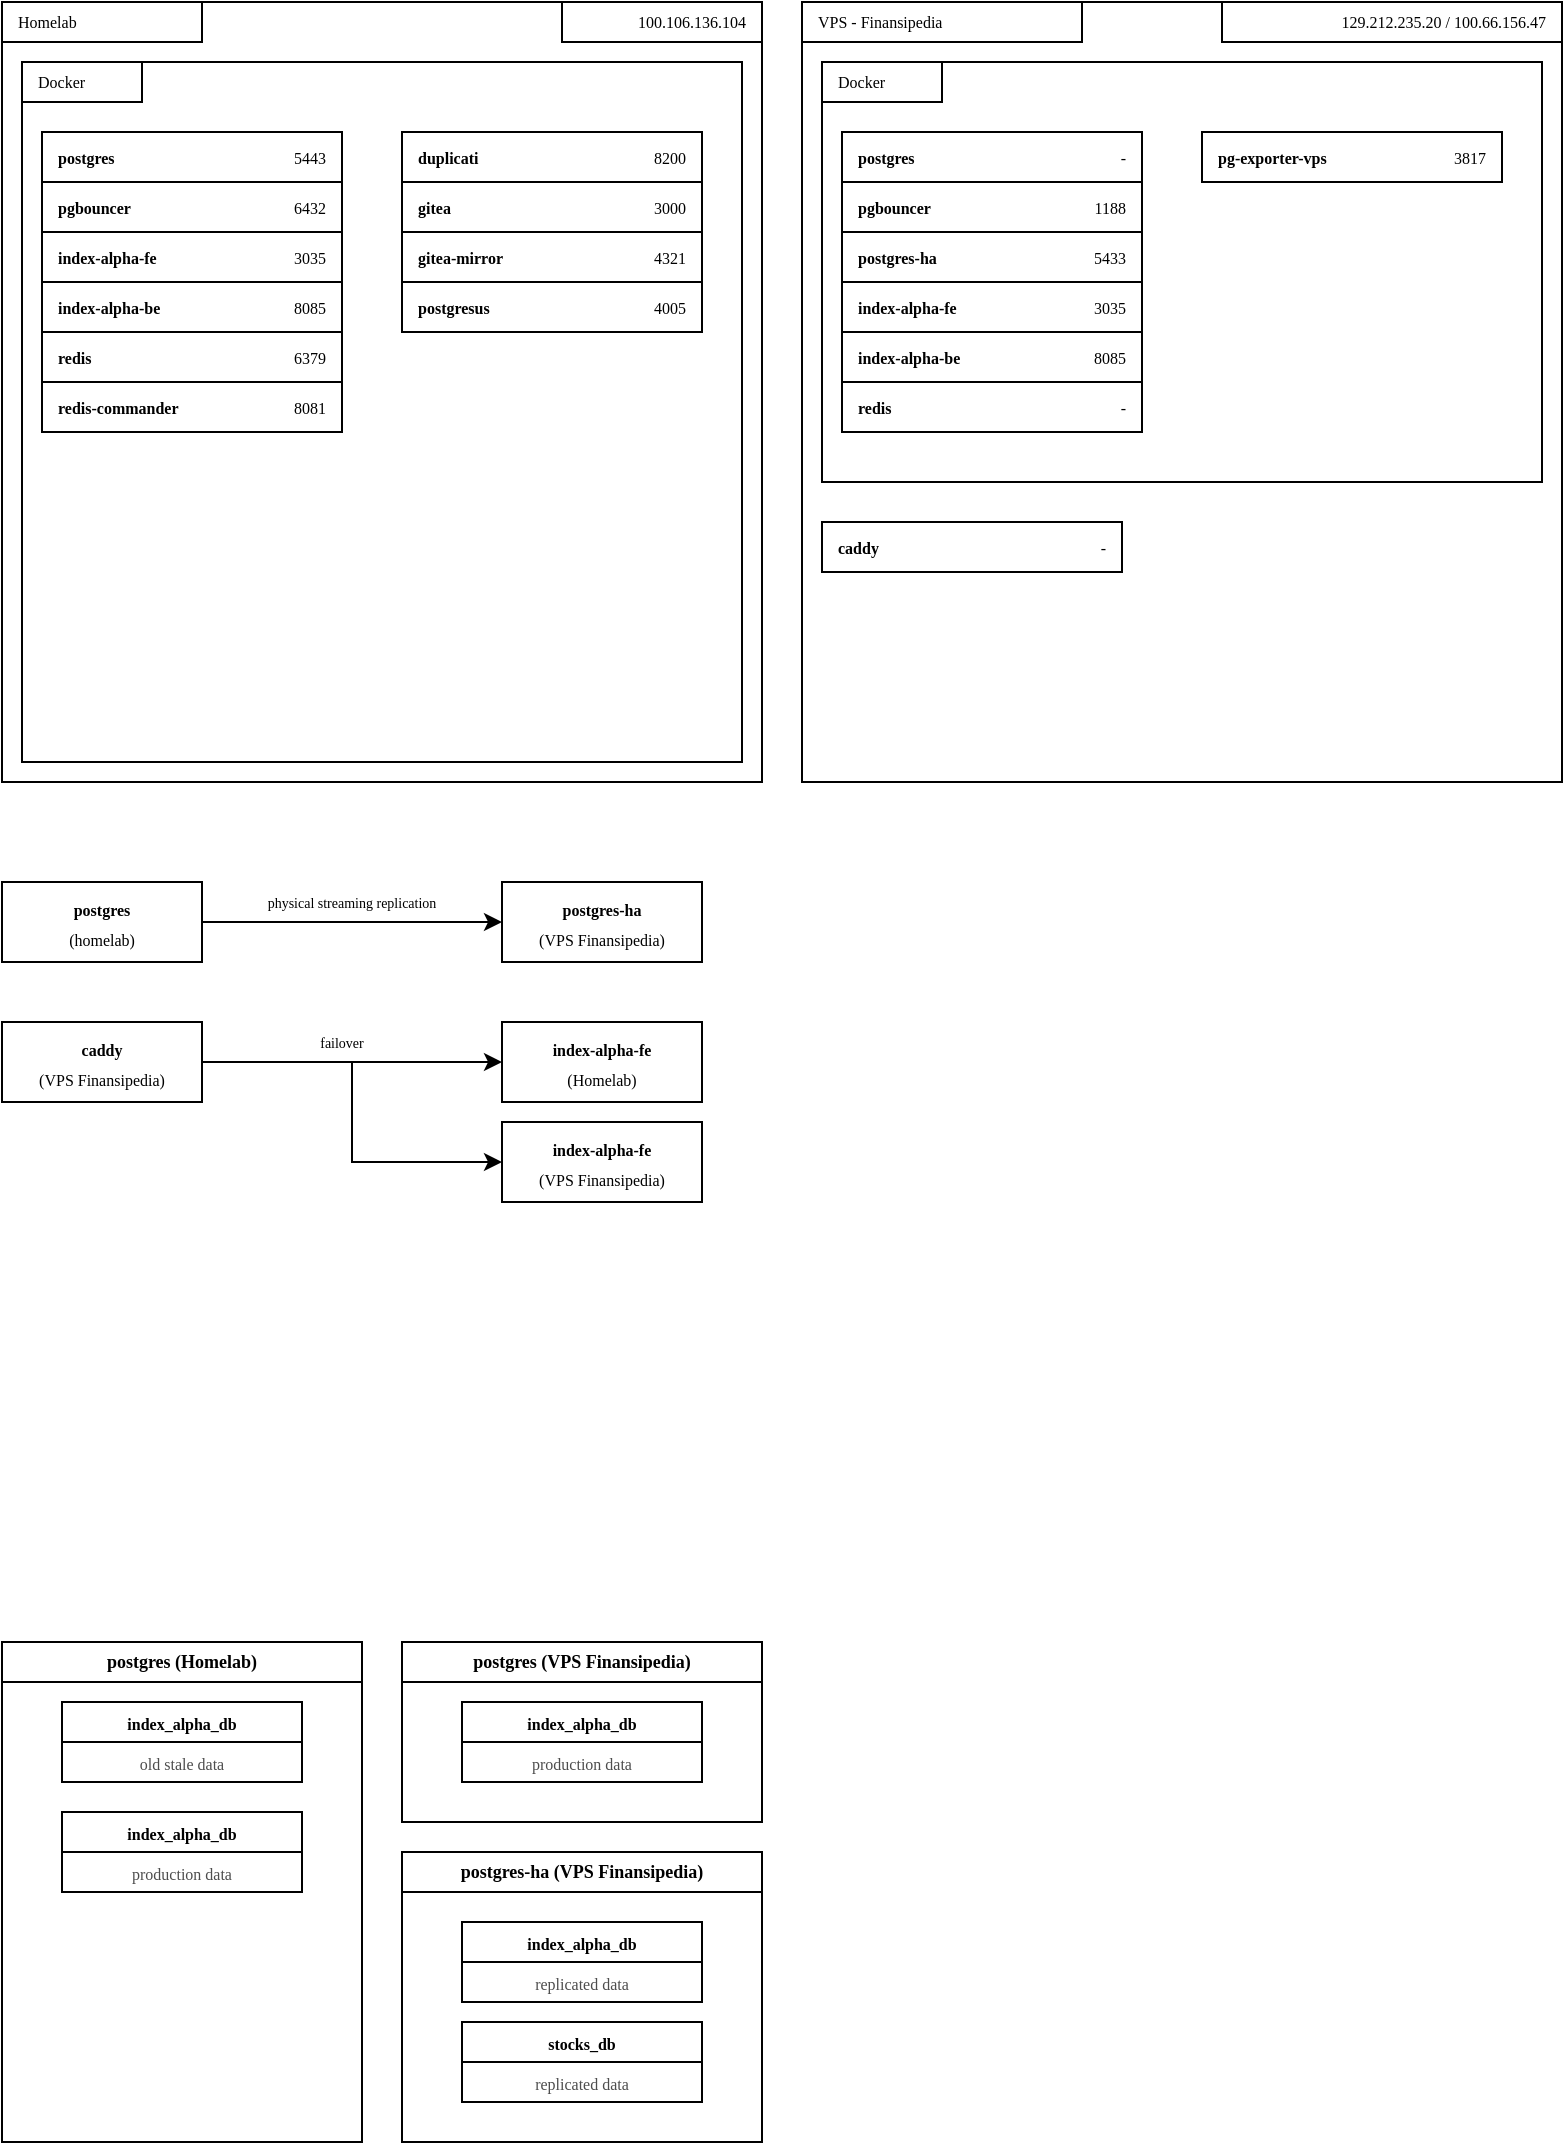
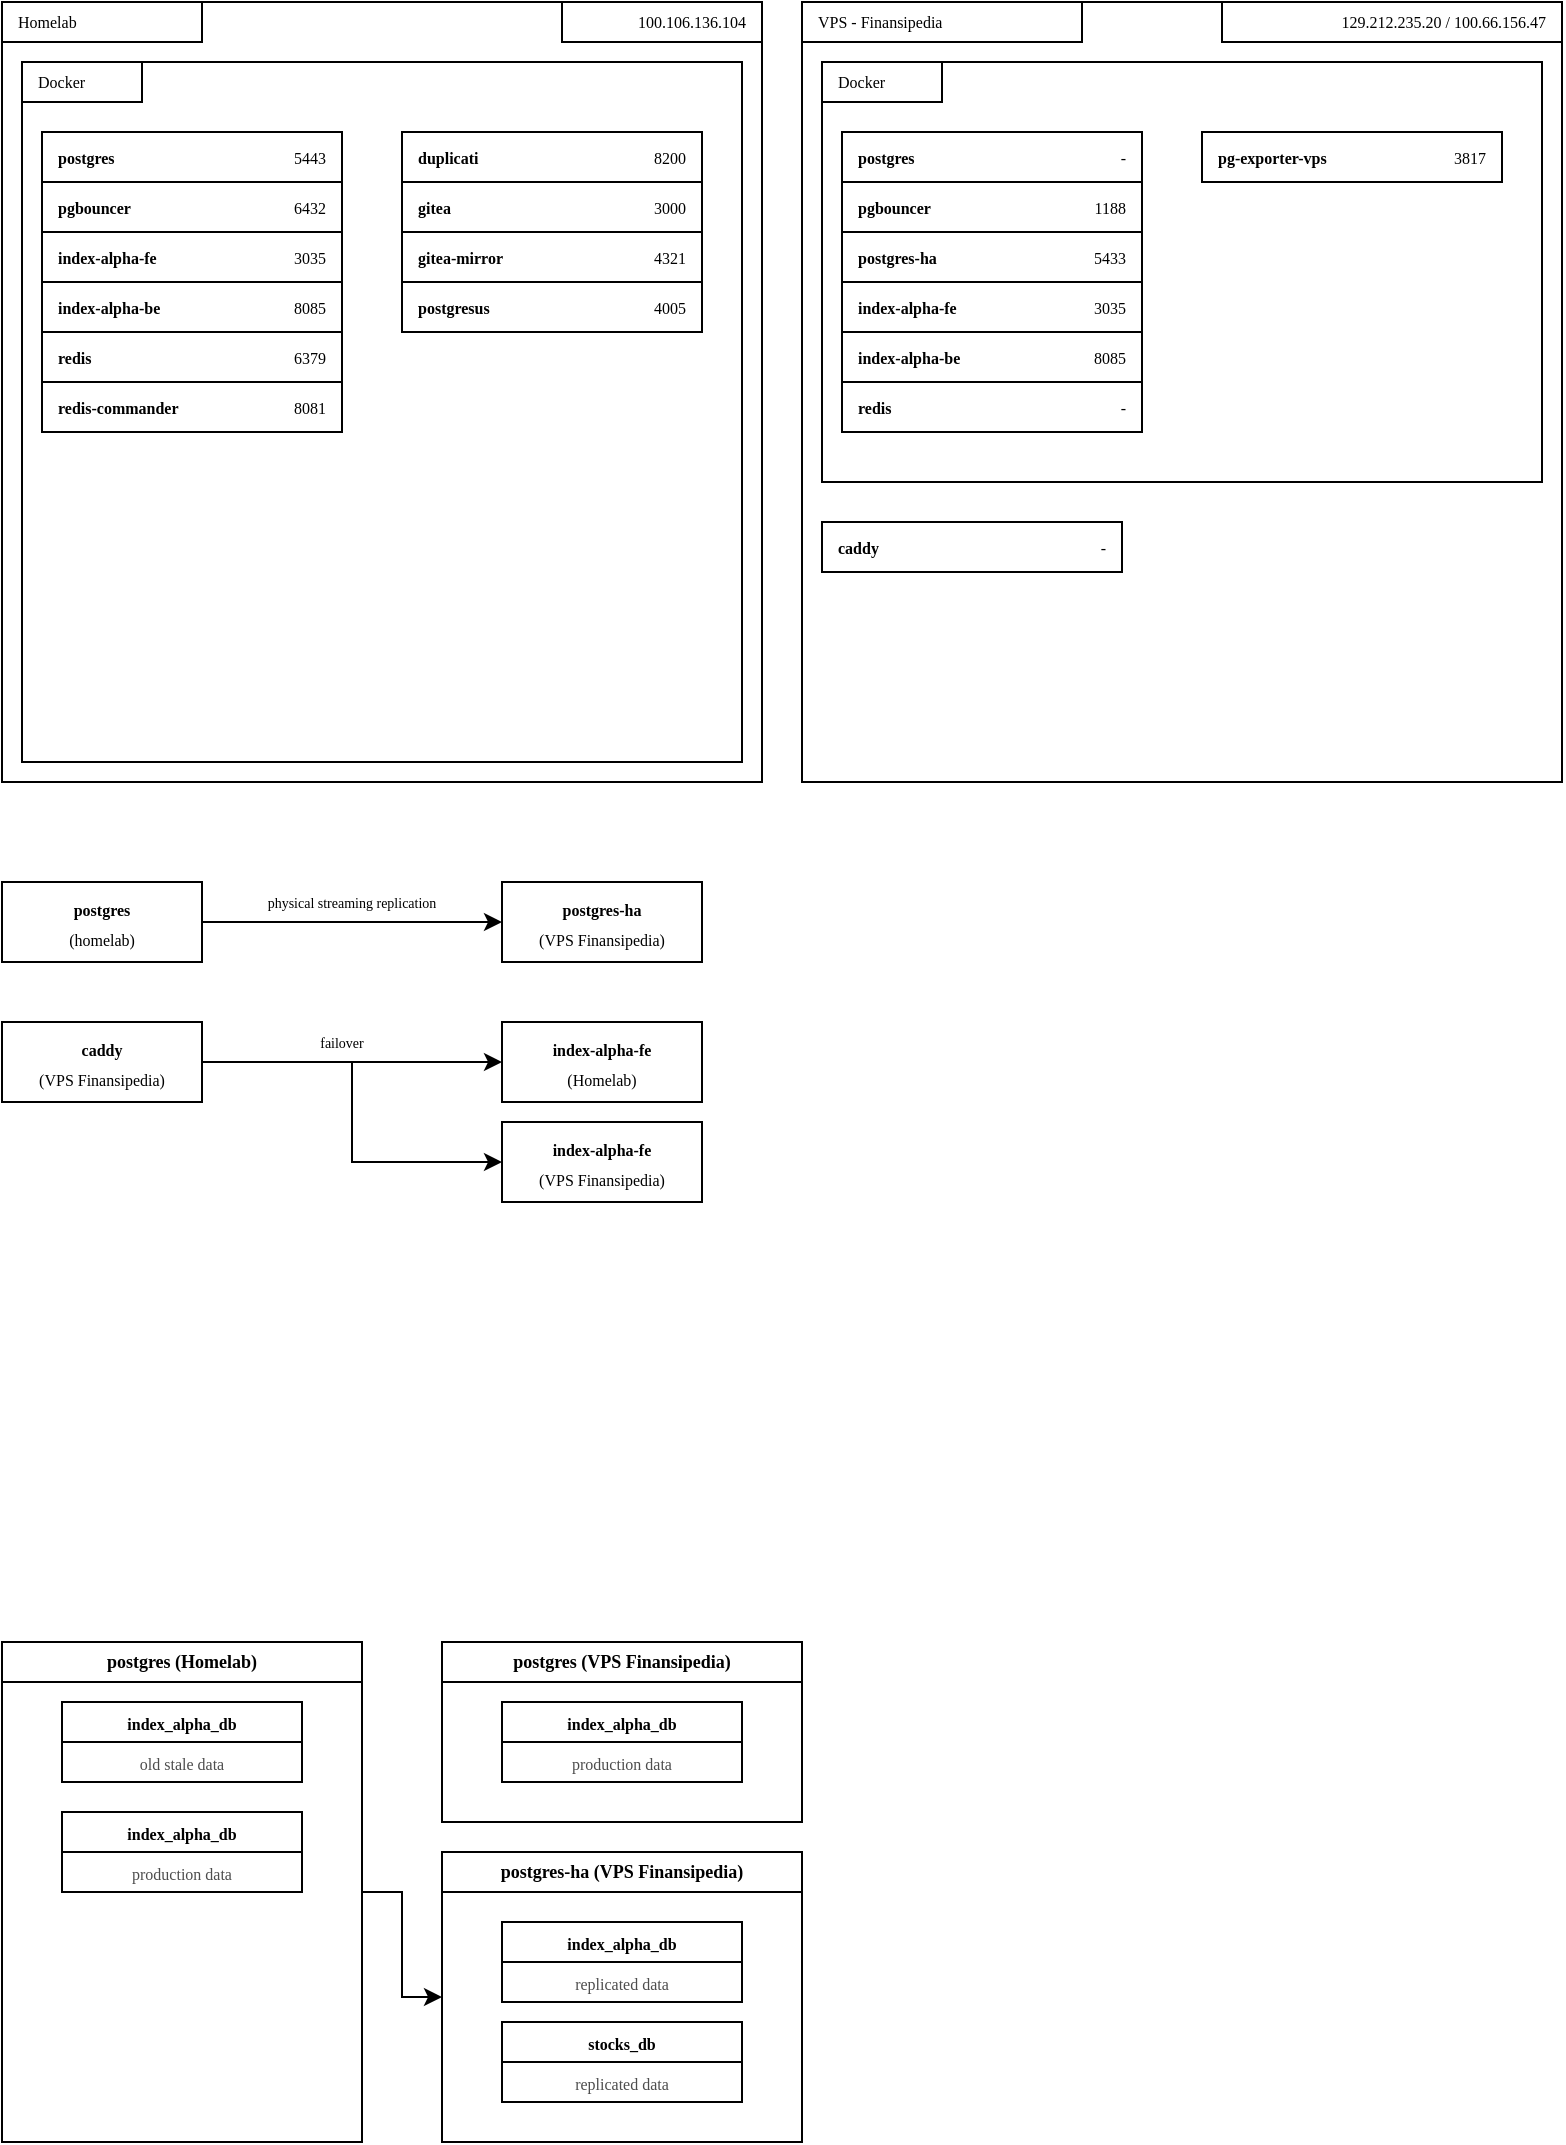
<mxfile host="app.diagrams.net">
  <diagram name="Page-1" id="EqAcxWxWpPEczBTcAObV">
-     <mxGraphModel dx="572" dy="303" grid="1" gridSize="10" guides="1" tooltips="1" connect="1" arrows="1" fold="1" page="1" pageScale="1" pageWidth="850" pageHeight="1100" math="0" shadow="0">
+     <mxGraphModel dx="687" dy="364" grid="1" gridSize="10" guides="1" tooltips="1" connect="1" arrows="1" fold="1" page="1" pageScale="1" pageWidth="850" pageHeight="1100" math="0" shadow="0">
      <root>
        <mxCell id="0" />
        <mxCell id="1" parent="0" />
        <mxCell id="tyjjsNKJ7kBHK_1WbMmb-1" parent="1" style="rounded=0;whiteSpace=wrap;html=1;" value="" vertex="1">
          <mxGeometry height="390" width="380" x="50" y="60" as="geometry" />
        </mxCell>
        <mxCell id="tyjjsNKJ7kBHK_1WbMmb-18" parent="1" style="rounded=0;whiteSpace=wrap;html=1;" value="" vertex="1">
          <mxGeometry height="350" width="360" x="60" y="90" as="geometry" />
        </mxCell>
        <mxCell id="tyjjsNKJ7kBHK_1WbMmb-3" parent="1" style="rounded=0;whiteSpace=wrap;html=1;" value="" vertex="1">
          <mxGeometry height="20" width="100" x="50" y="60" as="geometry" />
        </mxCell>
        <mxCell id="tyjjsNKJ7kBHK_1WbMmb-2" parent="1" style="text;html=1;whiteSpace=wrap;strokeColor=none;fillColor=none;align=left;verticalAlign=middle;rounded=0;spacingLeft=6;fontFamily=Verdana;fontSize=8;" value="Homelab" vertex="1">
          <mxGeometry height="20" width="100" x="50" y="60" as="geometry" />
        </mxCell>
        <mxCell id="tyjjsNKJ7kBHK_1WbMmb-19" parent="1" style="rounded=0;whiteSpace=wrap;html=1;fontFamily=Verdana;fontSize=9;" value="" vertex="1">
          <mxGeometry height="20" width="60" x="60" y="90" as="geometry" />
        </mxCell>
        <mxCell id="tyjjsNKJ7kBHK_1WbMmb-20" parent="1" style="text;html=1;whiteSpace=wrap;strokeColor=none;fillColor=none;align=left;verticalAlign=middle;rounded=0;spacingLeft=6;fontFamily=Verdana;fontSize=8;" value="Docker" vertex="1">
          <mxGeometry height="20" width="50" x="60" y="90" as="geometry" />
        </mxCell>
        <mxCell id="tyjjsNKJ7kBHK_1WbMmb-28" parent="1" style="rounded=0;whiteSpace=wrap;html=1;align=right;" value="" vertex="1">
          <mxGeometry height="20" width="100" x="330" y="60" as="geometry" />
        </mxCell>
        <mxCell id="tyjjsNKJ7kBHK_1WbMmb-29" parent="1" style="text;html=1;whiteSpace=wrap;strokeColor=none;fillColor=none;align=right;verticalAlign=middle;rounded=0;spacingLeft=6;spacingRight=6;fontFamily=Verdana;fontSize=8;" value="&lt;span style=&quot;text-align: center;&quot;&gt;100.106.136.104&lt;/span&gt;" vertex="1">
          <mxGeometry height="20" width="100" x="330" y="60" as="geometry" />
        </mxCell>
        <mxCell id="tyjjsNKJ7kBHK_1WbMmb-48" connectable="0" parent="1" style="group;fontFamily=Verdana;fontSize=8;" value="" vertex="1">
          <mxGeometry height="25" width="150" x="70" y="250" as="geometry" />
        </mxCell>
        <mxCell id="tyjjsNKJ7kBHK_1WbMmb-44" parent="tyjjsNKJ7kBHK_1WbMmb-48" style="rounded=0;whiteSpace=wrap;html=1;fontFamily=Verdana;fontSize=8;" value="" vertex="1">
          <mxGeometry height="25" width="150" as="geometry" />
        </mxCell>
        <mxCell id="tyjjsNKJ7kBHK_1WbMmb-45" parent="tyjjsNKJ7kBHK_1WbMmb-48" style="text;html=1;whiteSpace=wrap;strokeColor=none;fillColor=none;align=left;verticalAlign=middle;rounded=0;fontStyle=1;spacingRight=6;spacingLeft=6;fontFamily=Verdana;fontSize=8;" value="&lt;font&gt;redis-commander&lt;/font&gt;" vertex="1">
          <mxGeometry height="20" width="100" y="2.5" as="geometry" />
        </mxCell>
        <mxCell id="tyjjsNKJ7kBHK_1WbMmb-46" parent="tyjjsNKJ7kBHK_1WbMmb-48" style="text;html=1;whiteSpace=wrap;strokeColor=none;fillColor=none;align=right;verticalAlign=middle;rounded=0;spacingRight=6;spacingLeft=6;fontFamily=Verdana;fontSize=8;" value="&lt;font&gt;8081&lt;/font&gt;" vertex="1">
          <mxGeometry height="20" width="40" x="110" y="2.5" as="geometry" />
        </mxCell>
        <mxCell id="tyjjsNKJ7kBHK_1WbMmb-49" connectable="0" parent="1" style="group;fontFamily=Verdana;fontSize=8;" value="" vertex="1">
          <mxGeometry height="25" width="150" x="70" y="225" as="geometry" />
        </mxCell>
        <mxCell id="tyjjsNKJ7kBHK_1WbMmb-41" parent="tyjjsNKJ7kBHK_1WbMmb-49" style="rounded=0;whiteSpace=wrap;html=1;fontFamily=Verdana;fontSize=8;" value="" vertex="1">
          <mxGeometry height="25" width="150" as="geometry" />
        </mxCell>
        <mxCell id="tyjjsNKJ7kBHK_1WbMmb-42" parent="tyjjsNKJ7kBHK_1WbMmb-49" style="text;html=1;whiteSpace=wrap;strokeColor=none;fillColor=none;align=left;verticalAlign=middle;rounded=0;fontStyle=1;spacingRight=6;spacingLeft=6;fontFamily=Verdana;fontSize=8;" value="&lt;font&gt;redis&lt;/font&gt;" vertex="1">
          <mxGeometry height="20" width="100" y="2.5" as="geometry" />
        </mxCell>
        <mxCell id="tyjjsNKJ7kBHK_1WbMmb-43" parent="tyjjsNKJ7kBHK_1WbMmb-49" style="text;html=1;whiteSpace=wrap;strokeColor=none;fillColor=none;align=right;verticalAlign=middle;rounded=0;spacingRight=6;spacingLeft=6;fontFamily=Verdana;fontSize=8;" value="&lt;font&gt;6379&lt;/font&gt;" vertex="1">
          <mxGeometry height="20" width="40" x="110" y="2.5" as="geometry" />
        </mxCell>
        <mxCell id="tyjjsNKJ7kBHK_1WbMmb-50" connectable="0" parent="1" style="group;fontFamily=Verdana;fontSize=8;" value="" vertex="1">
          <mxGeometry height="25" width="150" x="70" y="200" as="geometry" />
        </mxCell>
        <mxCell id="tyjjsNKJ7kBHK_1WbMmb-38" parent="tyjjsNKJ7kBHK_1WbMmb-50" style="rounded=0;whiteSpace=wrap;html=1;fontFamily=Verdana;fontSize=8;" value="" vertex="1">
          <mxGeometry height="25" width="150" as="geometry" />
        </mxCell>
        <mxCell id="tyjjsNKJ7kBHK_1WbMmb-39" parent="tyjjsNKJ7kBHK_1WbMmb-50" style="text;html=1;whiteSpace=wrap;strokeColor=none;fillColor=none;align=left;verticalAlign=middle;rounded=0;fontStyle=1;spacingRight=6;spacingLeft=6;fontFamily=Verdana;fontSize=8;" value="&lt;font&gt;index-alpha-be&lt;/font&gt;" vertex="1">
          <mxGeometry height="20" width="100" y="2.5" as="geometry" />
        </mxCell>
        <mxCell id="tyjjsNKJ7kBHK_1WbMmb-40" parent="tyjjsNKJ7kBHK_1WbMmb-50" style="text;html=1;whiteSpace=wrap;strokeColor=none;fillColor=none;align=right;verticalAlign=middle;rounded=0;spacingRight=6;spacingLeft=6;fontFamily=Verdana;fontSize=8;" value="&lt;font&gt;8085&lt;/font&gt;" vertex="1">
          <mxGeometry height="20" width="40" x="110" y="2.5" as="geometry" />
        </mxCell>
        <mxCell id="tyjjsNKJ7kBHK_1WbMmb-51" connectable="0" parent="1" style="group;fontFamily=Verdana;fontSize=8;" value="" vertex="1">
          <mxGeometry height="25" width="150" x="70" y="175" as="geometry" />
        </mxCell>
        <mxCell id="tyjjsNKJ7kBHK_1WbMmb-35" parent="tyjjsNKJ7kBHK_1WbMmb-51" style="rounded=0;whiteSpace=wrap;html=1;fontFamily=Verdana;fontSize=8;" value="" vertex="1">
          <mxGeometry height="25" width="150" as="geometry" />
        </mxCell>
        <mxCell id="tyjjsNKJ7kBHK_1WbMmb-36" parent="tyjjsNKJ7kBHK_1WbMmb-51" style="text;html=1;whiteSpace=wrap;strokeColor=none;fillColor=none;align=left;verticalAlign=middle;rounded=0;fontStyle=1;spacingRight=6;spacingLeft=6;fontFamily=Verdana;fontSize=8;" value="&lt;font&gt;index-alpha-fe&lt;/font&gt;" vertex="1">
          <mxGeometry height="20" width="100" y="2.5" as="geometry" />
        </mxCell>
        <mxCell id="tyjjsNKJ7kBHK_1WbMmb-37" parent="tyjjsNKJ7kBHK_1WbMmb-51" style="text;html=1;whiteSpace=wrap;strokeColor=none;fillColor=none;align=right;verticalAlign=middle;rounded=0;spacingRight=6;spacingLeft=6;fontFamily=Verdana;fontSize=8;" value="&lt;font&gt;3035&lt;/font&gt;" vertex="1">
          <mxGeometry height="20" width="40" x="110" y="2.5" as="geometry" />
        </mxCell>
        <mxCell id="tyjjsNKJ7kBHK_1WbMmb-52" connectable="0" parent="1" style="group;fontFamily=Verdana;fontSize=8;" value="" vertex="1">
          <mxGeometry height="25" width="150" x="70" y="150" as="geometry" />
        </mxCell>
        <mxCell id="tyjjsNKJ7kBHK_1WbMmb-32" parent="tyjjsNKJ7kBHK_1WbMmb-52" style="rounded=0;whiteSpace=wrap;html=1;fontFamily=Verdana;fontSize=8;" value="" vertex="1">
          <mxGeometry height="25" width="150" as="geometry" />
        </mxCell>
        <mxCell id="tyjjsNKJ7kBHK_1WbMmb-33" parent="tyjjsNKJ7kBHK_1WbMmb-52" style="text;html=1;whiteSpace=wrap;strokeColor=none;fillColor=none;align=left;verticalAlign=middle;rounded=0;fontStyle=1;spacingRight=6;spacingLeft=6;fontFamily=Verdana;fontSize=8;" value="&lt;font&gt;pgbouncer&lt;/font&gt;" vertex="1">
          <mxGeometry height="20" width="100" y="2.5" as="geometry" />
        </mxCell>
        <mxCell id="tyjjsNKJ7kBHK_1WbMmb-34" parent="tyjjsNKJ7kBHK_1WbMmb-52" style="text;html=1;whiteSpace=wrap;strokeColor=none;fillColor=none;align=right;verticalAlign=middle;rounded=0;spacingRight=6;spacingLeft=6;fontFamily=Verdana;fontSize=8;" value="&lt;font&gt;6432&lt;/font&gt;" vertex="1">
          <mxGeometry height="20" width="40" x="110" y="2.5" as="geometry" />
        </mxCell>
        <mxCell id="tyjjsNKJ7kBHK_1WbMmb-53" connectable="0" parent="1" style="group;fontFamily=Verdana;fontSize=8;" value="" vertex="1">
          <mxGeometry height="25" width="150" x="70" y="125" as="geometry" />
        </mxCell>
        <mxCell id="tyjjsNKJ7kBHK_1WbMmb-5" parent="tyjjsNKJ7kBHK_1WbMmb-53" style="rounded=0;whiteSpace=wrap;html=1;fontFamily=Verdana;fontSize=8;" value="" vertex="1">
          <mxGeometry height="25" width="150" as="geometry" />
        </mxCell>
        <mxCell id="tyjjsNKJ7kBHK_1WbMmb-6" parent="tyjjsNKJ7kBHK_1WbMmb-53" style="text;html=1;whiteSpace=wrap;strokeColor=none;fillColor=none;align=left;verticalAlign=middle;rounded=0;fontStyle=1;spacingRight=6;spacingLeft=6;fontFamily=Verdana;fontSize=8;" value="&lt;font&gt;postgres&lt;/font&gt;" vertex="1">
          <mxGeometry height="20" width="100" y="2.5" as="geometry" />
        </mxCell>
        <mxCell id="tyjjsNKJ7kBHK_1WbMmb-7" parent="tyjjsNKJ7kBHK_1WbMmb-53" style="text;html=1;whiteSpace=wrap;strokeColor=none;fillColor=none;align=right;verticalAlign=middle;rounded=0;spacingRight=6;spacingLeft=6;fontFamily=Verdana;fontSize=8;" value="&lt;font&gt;5443&lt;/font&gt;" vertex="1">
          <mxGeometry height="20" width="40" x="110" y="2.5" as="geometry" />
        </mxCell>
        <mxCell id="tyjjsNKJ7kBHK_1WbMmb-54" connectable="0" parent="1" style="group;fontFamily=Verdana;fontSize=8;" value="" vertex="1">
          <mxGeometry height="25" width="150" x="250" y="125" as="geometry" />
        </mxCell>
        <mxCell id="tyjjsNKJ7kBHK_1WbMmb-55" parent="tyjjsNKJ7kBHK_1WbMmb-54" style="rounded=0;whiteSpace=wrap;html=1;fontFamily=Verdana;fontSize=8;" value="" vertex="1">
          <mxGeometry height="25" width="150" as="geometry" />
        </mxCell>
        <mxCell id="tyjjsNKJ7kBHK_1WbMmb-56" parent="tyjjsNKJ7kBHK_1WbMmb-54" style="text;html=1;whiteSpace=wrap;strokeColor=none;fillColor=none;align=left;verticalAlign=middle;rounded=0;fontStyle=1;spacingRight=6;spacingLeft=6;fontFamily=Verdana;fontSize=8;" value="&lt;font&gt;duplicati&lt;/font&gt;" vertex="1">
          <mxGeometry height="20" width="100" y="2.5" as="geometry" />
        </mxCell>
        <mxCell id="tyjjsNKJ7kBHK_1WbMmb-57" parent="tyjjsNKJ7kBHK_1WbMmb-54" style="text;html=1;whiteSpace=wrap;strokeColor=none;fillColor=none;align=right;verticalAlign=middle;rounded=0;spacingRight=6;spacingLeft=6;fontFamily=Verdana;fontSize=8;" value="&lt;font&gt;8200&lt;/font&gt;" vertex="1">
          <mxGeometry height="20" width="40" x="110" y="2.5" as="geometry" />
        </mxCell>
        <mxCell id="tyjjsNKJ7kBHK_1WbMmb-58" connectable="0" parent="1" style="group;fontFamily=Verdana;fontSize=8;" value="" vertex="1">
          <mxGeometry height="25" width="150" x="250" y="150" as="geometry" />
        </mxCell>
        <mxCell id="tyjjsNKJ7kBHK_1WbMmb-59" parent="tyjjsNKJ7kBHK_1WbMmb-58" style="rounded=0;whiteSpace=wrap;html=1;fontFamily=Verdana;fontSize=8;" value="" vertex="1">
          <mxGeometry height="25" width="150" as="geometry" />
        </mxCell>
        <mxCell id="tyjjsNKJ7kBHK_1WbMmb-60" parent="tyjjsNKJ7kBHK_1WbMmb-58" style="text;html=1;whiteSpace=wrap;strokeColor=none;fillColor=none;align=left;verticalAlign=middle;rounded=0;fontStyle=1;spacingRight=6;spacingLeft=6;fontFamily=Verdana;fontSize=8;" value="&lt;font&gt;gitea&lt;/font&gt;" vertex="1">
          <mxGeometry height="20" width="100" y="2.5" as="geometry" />
        </mxCell>
        <mxCell id="tyjjsNKJ7kBHK_1WbMmb-61" parent="tyjjsNKJ7kBHK_1WbMmb-58" style="text;html=1;whiteSpace=wrap;strokeColor=none;fillColor=none;align=right;verticalAlign=middle;rounded=0;spacingRight=6;spacingLeft=6;fontFamily=Verdana;fontSize=8;" value="&lt;font&gt;3000&lt;/font&gt;" vertex="1">
          <mxGeometry height="20" width="40" x="110" y="2.5" as="geometry" />
        </mxCell>
        <mxCell id="tyjjsNKJ7kBHK_1WbMmb-62" connectable="0" parent="1" style="group;fontFamily=Verdana;fontSize=8;" value="" vertex="1">
          <mxGeometry height="25" width="150" x="250" y="175" as="geometry" />
        </mxCell>
        <mxCell id="tyjjsNKJ7kBHK_1WbMmb-63" parent="tyjjsNKJ7kBHK_1WbMmb-62" style="rounded=0;whiteSpace=wrap;html=1;fontFamily=Verdana;fontSize=8;" value="" vertex="1">
          <mxGeometry height="25" width="150" as="geometry" />
        </mxCell>
        <mxCell id="tyjjsNKJ7kBHK_1WbMmb-64" parent="tyjjsNKJ7kBHK_1WbMmb-62" style="text;html=1;whiteSpace=wrap;strokeColor=none;fillColor=none;align=left;verticalAlign=middle;rounded=0;fontStyle=1;spacingRight=6;spacingLeft=6;fontFamily=Verdana;fontSize=8;" value="&lt;div&gt;&lt;span&gt;gitea-mirror&lt;/span&gt;&lt;/div&gt;" vertex="1">
          <mxGeometry height="20" width="100" y="2.5" as="geometry" />
        </mxCell>
        <mxCell id="tyjjsNKJ7kBHK_1WbMmb-65" parent="tyjjsNKJ7kBHK_1WbMmb-62" style="text;html=1;whiteSpace=wrap;strokeColor=none;fillColor=none;align=right;verticalAlign=middle;rounded=0;spacingRight=6;spacingLeft=6;fontFamily=Verdana;fontSize=8;" value="&lt;font&gt;4321&lt;/font&gt;" vertex="1">
          <mxGeometry height="20" width="40" x="110" y="2.5" as="geometry" />
        </mxCell>
        <mxCell id="tyjjsNKJ7kBHK_1WbMmb-66" connectable="0" parent="1" style="group;fontFamily=Verdana;fontSize=8;" value="" vertex="1">
          <mxGeometry height="25" width="150" x="250" y="200" as="geometry" />
        </mxCell>
        <mxCell id="tyjjsNKJ7kBHK_1WbMmb-67" parent="tyjjsNKJ7kBHK_1WbMmb-66" style="rounded=0;whiteSpace=wrap;html=1;fontFamily=Verdana;fontSize=8;" value="" vertex="1">
          <mxGeometry height="25" width="150" as="geometry" />
        </mxCell>
        <mxCell id="tyjjsNKJ7kBHK_1WbMmb-68" parent="tyjjsNKJ7kBHK_1WbMmb-66" style="text;html=1;whiteSpace=wrap;strokeColor=none;fillColor=none;align=left;verticalAlign=middle;rounded=0;fontStyle=1;spacingRight=6;spacingLeft=6;fontFamily=Verdana;fontSize=8;" value="&lt;div&gt;&lt;span&gt;postgresus&lt;/span&gt;&lt;/div&gt;" vertex="1">
          <mxGeometry height="20" width="100" y="2.5" as="geometry" />
        </mxCell>
        <mxCell id="tyjjsNKJ7kBHK_1WbMmb-69" parent="tyjjsNKJ7kBHK_1WbMmb-66" style="text;html=1;whiteSpace=wrap;strokeColor=none;fillColor=none;align=right;verticalAlign=middle;rounded=0;spacingRight=6;spacingLeft=6;fontFamily=Verdana;fontSize=8;" value="&lt;font&gt;4005&lt;/font&gt;" vertex="1">
          <mxGeometry height="20" width="40" x="110" y="2.5" as="geometry" />
        </mxCell>
        <mxCell id="tyjjsNKJ7kBHK_1WbMmb-70" parent="1" style="rounded=0;whiteSpace=wrap;html=1;" value="" vertex="1">
          <mxGeometry height="390" width="380" x="450" y="60" as="geometry" />
        </mxCell>
        <mxCell id="tyjjsNKJ7kBHK_1WbMmb-71" parent="1" style="rounded=0;whiteSpace=wrap;html=1;" value="" vertex="1">
          <mxGeometry height="210" width="360" x="460" y="90" as="geometry" />
        </mxCell>
        <mxCell id="tyjjsNKJ7kBHK_1WbMmb-72" parent="1" style="rounded=0;whiteSpace=wrap;html=1;" value="" vertex="1">
          <mxGeometry height="20" width="140" x="450" y="60" as="geometry" />
        </mxCell>
        <mxCell id="tyjjsNKJ7kBHK_1WbMmb-73" parent="1" style="text;html=1;whiteSpace=wrap;strokeColor=none;fillColor=none;align=left;verticalAlign=middle;rounded=0;spacingLeft=6;fontFamily=Verdana;fontSize=8;" value="VPS - Finansipedia" vertex="1">
          <mxGeometry height="20" width="130" x="450" y="60" as="geometry" />
        </mxCell>
        <mxCell id="tyjjsNKJ7kBHK_1WbMmb-74" parent="1" style="rounded=0;whiteSpace=wrap;html=1;fontFamily=Verdana;fontSize=9;" value="" vertex="1">
          <mxGeometry height="20" width="60" x="460" y="90" as="geometry" />
        </mxCell>
        <mxCell id="tyjjsNKJ7kBHK_1WbMmb-75" parent="1" style="text;html=1;whiteSpace=wrap;strokeColor=none;fillColor=none;align=left;verticalAlign=middle;rounded=0;spacingLeft=6;fontFamily=Verdana;fontSize=8;" value="Docker" vertex="1">
          <mxGeometry height="20" width="50" x="460" y="90" as="geometry" />
        </mxCell>
        <mxCell id="tyjjsNKJ7kBHK_1WbMmb-76" parent="1" style="rounded=0;whiteSpace=wrap;html=1;align=right;" value="" vertex="1">
          <mxGeometry height="20" width="170" x="660" y="60" as="geometry" />
        </mxCell>
        <mxCell id="tyjjsNKJ7kBHK_1WbMmb-77" parent="1" style="text;html=1;whiteSpace=wrap;strokeColor=none;fillColor=none;align=right;verticalAlign=middle;rounded=0;spacingLeft=6;spacingRight=6;fontFamily=Verdana;fontSize=8;" value="&lt;div style=&quot;text-align: center;&quot;&gt;&lt;span style=&quot;background-color: transparent;&quot;&gt;129.212.235.20 /&amp;nbsp;&lt;/span&gt;&lt;span style=&quot;background-color: transparent; text-align: right;&quot;&gt;100.66.156.47&lt;/span&gt;&lt;/div&gt;" vertex="1">
          <mxGeometry height="20" width="160" x="670" y="60" as="geometry" />
        </mxCell>
        <mxCell id="tyjjsNKJ7kBHK_1WbMmb-82" connectable="0" parent="1" style="group;fontFamily=Verdana;fontSize=8;" value="" vertex="1">
          <mxGeometry height="25" width="150" x="470" y="250" as="geometry" />
        </mxCell>
        <mxCell id="tyjjsNKJ7kBHK_1WbMmb-83" parent="tyjjsNKJ7kBHK_1WbMmb-82" style="rounded=0;whiteSpace=wrap;html=1;fontFamily=Verdana;fontSize=8;" value="" vertex="1">
          <mxGeometry height="25" width="150" as="geometry" />
        </mxCell>
        <mxCell id="tyjjsNKJ7kBHK_1WbMmb-84" parent="tyjjsNKJ7kBHK_1WbMmb-82" style="text;html=1;whiteSpace=wrap;strokeColor=none;fillColor=none;align=left;verticalAlign=middle;rounded=0;fontStyle=1;spacingRight=6;spacingLeft=6;fontFamily=Verdana;fontSize=8;" value="&lt;font&gt;redis&lt;/font&gt;" vertex="1">
          <mxGeometry height="20" width="100" y="2.5" as="geometry" />
        </mxCell>
        <mxCell id="tyjjsNKJ7kBHK_1WbMmb-85" parent="tyjjsNKJ7kBHK_1WbMmb-82" style="text;html=1;whiteSpace=wrap;strokeColor=none;fillColor=none;align=right;verticalAlign=middle;rounded=0;spacingRight=6;spacingLeft=6;fontFamily=Verdana;fontSize=8;" value="&lt;font&gt;-&lt;/font&gt;" vertex="1">
          <mxGeometry height="20" width="40" x="110" y="2.5" as="geometry" />
        </mxCell>
        <mxCell id="tyjjsNKJ7kBHK_1WbMmb-86" connectable="0" parent="1" style="group;fontFamily=Verdana;fontSize=8;" value="" vertex="1">
          <mxGeometry height="25" width="150" x="470" y="225" as="geometry" />
        </mxCell>
        <mxCell id="tyjjsNKJ7kBHK_1WbMmb-87" parent="tyjjsNKJ7kBHK_1WbMmb-86" style="rounded=0;whiteSpace=wrap;html=1;fontFamily=Verdana;fontSize=8;" value="" vertex="1">
          <mxGeometry height="25" width="150" as="geometry" />
        </mxCell>
        <mxCell id="tyjjsNKJ7kBHK_1WbMmb-88" parent="tyjjsNKJ7kBHK_1WbMmb-86" style="text;html=1;whiteSpace=wrap;strokeColor=none;fillColor=none;align=left;verticalAlign=middle;rounded=0;fontStyle=1;spacingRight=6;spacingLeft=6;fontFamily=Verdana;fontSize=8;" value="&lt;font&gt;index-alpha-be&lt;/font&gt;" vertex="1">
          <mxGeometry height="20" width="100" y="2.5" as="geometry" />
        </mxCell>
        <mxCell id="tyjjsNKJ7kBHK_1WbMmb-89" parent="tyjjsNKJ7kBHK_1WbMmb-86" style="text;html=1;whiteSpace=wrap;strokeColor=none;fillColor=none;align=right;verticalAlign=middle;rounded=0;spacingRight=6;spacingLeft=6;fontFamily=Verdana;fontSize=8;" value="&lt;font&gt;8085&lt;/font&gt;" vertex="1">
          <mxGeometry height="20" width="40" x="110" y="2.5" as="geometry" />
        </mxCell>
        <mxCell id="tyjjsNKJ7kBHK_1WbMmb-90" connectable="0" parent="1" style="group;fontFamily=Verdana;fontSize=8;" value="" vertex="1">
          <mxGeometry height="25" width="150" x="470" y="200" as="geometry" />
        </mxCell>
        <mxCell id="tyjjsNKJ7kBHK_1WbMmb-91" parent="tyjjsNKJ7kBHK_1WbMmb-90" style="rounded=0;whiteSpace=wrap;html=1;fontFamily=Verdana;fontSize=8;" value="" vertex="1">
          <mxGeometry height="25" width="150" as="geometry" />
        </mxCell>
        <mxCell id="tyjjsNKJ7kBHK_1WbMmb-92" parent="tyjjsNKJ7kBHK_1WbMmb-90" style="text;html=1;whiteSpace=wrap;strokeColor=none;fillColor=none;align=left;verticalAlign=middle;rounded=0;fontStyle=1;spacingRight=6;spacingLeft=6;fontFamily=Verdana;fontSize=8;" value="&lt;font&gt;index-alpha-fe&lt;/font&gt;" vertex="1">
          <mxGeometry height="20" width="100" y="2.5" as="geometry" />
        </mxCell>
        <mxCell id="tyjjsNKJ7kBHK_1WbMmb-93" parent="tyjjsNKJ7kBHK_1WbMmb-90" style="text;html=1;whiteSpace=wrap;strokeColor=none;fillColor=none;align=right;verticalAlign=middle;rounded=0;spacingRight=6;spacingLeft=6;fontFamily=Verdana;fontSize=8;" value="&lt;font&gt;3035&lt;/font&gt;" vertex="1">
          <mxGeometry height="20" width="40" x="110" y="2.5" as="geometry" />
        </mxCell>
        <mxCell id="tyjjsNKJ7kBHK_1WbMmb-94" connectable="0" parent="1" style="group;fontFamily=Verdana;fontSize=8;" value="" vertex="1">
          <mxGeometry height="25" width="150" x="470" y="150" as="geometry" />
        </mxCell>
        <mxCell id="tyjjsNKJ7kBHK_1WbMmb-95" parent="tyjjsNKJ7kBHK_1WbMmb-94" style="rounded=0;whiteSpace=wrap;html=1;fontFamily=Verdana;fontSize=8;" value="" vertex="1">
          <mxGeometry height="25" width="150" as="geometry" />
        </mxCell>
        <mxCell id="tyjjsNKJ7kBHK_1WbMmb-96" parent="tyjjsNKJ7kBHK_1WbMmb-94" style="text;html=1;whiteSpace=wrap;strokeColor=none;fillColor=none;align=left;verticalAlign=middle;rounded=0;fontStyle=1;spacingRight=6;spacingLeft=6;fontFamily=Verdana;fontSize=8;" value="&lt;font&gt;pgbouncer&lt;/font&gt;" vertex="1">
          <mxGeometry height="20" width="100" y="2.5" as="geometry" />
        </mxCell>
        <mxCell id="tyjjsNKJ7kBHK_1WbMmb-97" parent="tyjjsNKJ7kBHK_1WbMmb-94" style="text;html=1;whiteSpace=wrap;strokeColor=none;fillColor=none;align=right;verticalAlign=middle;rounded=0;spacingRight=6;spacingLeft=6;fontFamily=Verdana;fontSize=8;" value="&lt;font&gt;1188&lt;/font&gt;" vertex="1">
          <mxGeometry height="20" width="40" x="110" y="2.5" as="geometry" />
        </mxCell>
        <mxCell id="tyjjsNKJ7kBHK_1WbMmb-98" connectable="0" parent="1" style="group;fontFamily=Verdana;fontSize=8;" value="" vertex="1">
          <mxGeometry height="25" width="150" x="470" y="125" as="geometry" />
        </mxCell>
        <mxCell id="tyjjsNKJ7kBHK_1WbMmb-99" parent="tyjjsNKJ7kBHK_1WbMmb-98" style="rounded=0;whiteSpace=wrap;html=1;fontFamily=Verdana;fontSize=8;" value="" vertex="1">
          <mxGeometry height="25" width="150" as="geometry" />
        </mxCell>
        <mxCell id="tyjjsNKJ7kBHK_1WbMmb-100" parent="tyjjsNKJ7kBHK_1WbMmb-98" style="text;html=1;whiteSpace=wrap;strokeColor=none;fillColor=none;align=left;verticalAlign=middle;rounded=0;fontStyle=1;spacingRight=6;spacingLeft=6;fontFamily=Verdana;fontSize=8;" value="&lt;font&gt;postgres&lt;/font&gt;" vertex="1">
          <mxGeometry height="20" width="100" y="2.5" as="geometry" />
        </mxCell>
        <mxCell id="tyjjsNKJ7kBHK_1WbMmb-101" parent="tyjjsNKJ7kBHK_1WbMmb-98" style="text;html=1;whiteSpace=wrap;strokeColor=none;fillColor=none;align=right;verticalAlign=middle;rounded=0;spacingRight=6;spacingLeft=6;fontFamily=Verdana;fontSize=8;" value="&lt;font&gt;-&lt;/font&gt;" vertex="1">
          <mxGeometry height="20" width="40" x="110" y="2.5" as="geometry" />
        </mxCell>
        <mxCell id="tyjjsNKJ7kBHK_1WbMmb-102" connectable="0" parent="1" style="group;fontFamily=Verdana;fontSize=8;" value="" vertex="1">
          <mxGeometry height="25" width="150" x="650" y="125" as="geometry" />
        </mxCell>
        <mxCell id="tyjjsNKJ7kBHK_1WbMmb-103" parent="tyjjsNKJ7kBHK_1WbMmb-102" style="rounded=0;whiteSpace=wrap;html=1;fontFamily=Verdana;fontSize=8;" value="" vertex="1">
          <mxGeometry height="25" width="150" as="geometry" />
        </mxCell>
        <mxCell id="tyjjsNKJ7kBHK_1WbMmb-104" parent="tyjjsNKJ7kBHK_1WbMmb-102" style="text;html=1;whiteSpace=wrap;strokeColor=none;fillColor=none;align=left;verticalAlign=middle;rounded=0;fontStyle=1;spacingRight=6;spacingLeft=6;fontFamily=Verdana;fontSize=8;" value="&lt;font&gt;pg-exporter-vps&lt;/font&gt;" vertex="1">
          <mxGeometry height="20" width="100" y="2.5" as="geometry" />
        </mxCell>
        <mxCell id="tyjjsNKJ7kBHK_1WbMmb-105" parent="tyjjsNKJ7kBHK_1WbMmb-102" style="text;html=1;whiteSpace=wrap;strokeColor=none;fillColor=none;align=right;verticalAlign=middle;rounded=0;spacingRight=6;spacingLeft=6;fontFamily=Verdana;fontSize=8;" value="&lt;font&gt;3817&lt;/font&gt;" vertex="1">
          <mxGeometry height="20" width="40" x="110" y="2.5" as="geometry" />
        </mxCell>
        <mxCell id="tyjjsNKJ7kBHK_1WbMmb-118" connectable="0" parent="1" style="group;fontFamily=Verdana;fontSize=8;" value="" vertex="1">
          <mxGeometry height="25" width="150" x="470" y="175" as="geometry" />
        </mxCell>
        <mxCell id="tyjjsNKJ7kBHK_1WbMmb-119" parent="tyjjsNKJ7kBHK_1WbMmb-118" style="rounded=0;whiteSpace=wrap;html=1;fontFamily=Verdana;fontSize=8;" value="" vertex="1">
          <mxGeometry height="25" width="150" as="geometry" />
        </mxCell>
        <mxCell id="tyjjsNKJ7kBHK_1WbMmb-120" parent="tyjjsNKJ7kBHK_1WbMmb-118" style="text;html=1;whiteSpace=wrap;strokeColor=none;fillColor=none;align=left;verticalAlign=middle;rounded=0;fontStyle=1;spacingRight=6;spacingLeft=6;fontFamily=Verdana;fontSize=8;" value="&lt;font&gt;postgres-ha&lt;/font&gt;" vertex="1">
          <mxGeometry height="20" width="100" y="2.5" as="geometry" />
        </mxCell>
        <mxCell id="tyjjsNKJ7kBHK_1WbMmb-121" parent="tyjjsNKJ7kBHK_1WbMmb-118" style="text;html=1;whiteSpace=wrap;strokeColor=none;fillColor=none;align=right;verticalAlign=middle;rounded=0;spacingRight=6;spacingLeft=6;fontFamily=Verdana;fontSize=8;" value="5433" vertex="1">
          <mxGeometry height="20" width="40" x="110" y="2.5" as="geometry" />
        </mxCell>
        <mxCell id="tyjjsNKJ7kBHK_1WbMmb-124" connectable="0" parent="1" style="group;fontFamily=Verdana;fontSize=8;" value="" vertex="1">
          <mxGeometry height="25" width="150" x="460" y="320" as="geometry" />
        </mxCell>
        <mxCell id="tyjjsNKJ7kBHK_1WbMmb-125" parent="tyjjsNKJ7kBHK_1WbMmb-124" style="rounded=0;whiteSpace=wrap;html=1;fontFamily=Verdana;fontSize=8;" value="" vertex="1">
          <mxGeometry height="25" width="150" as="geometry" />
        </mxCell>
        <mxCell id="tyjjsNKJ7kBHK_1WbMmb-126" parent="tyjjsNKJ7kBHK_1WbMmb-124" style="text;html=1;whiteSpace=wrap;strokeColor=none;fillColor=none;align=left;verticalAlign=middle;rounded=0;fontStyle=1;spacingRight=6;spacingLeft=6;fontFamily=Verdana;fontSize=8;" value="caddy" vertex="1">
          <mxGeometry height="20" width="100" y="2.5" as="geometry" />
        </mxCell>
        <mxCell id="tyjjsNKJ7kBHK_1WbMmb-127" parent="tyjjsNKJ7kBHK_1WbMmb-124" style="text;html=1;whiteSpace=wrap;strokeColor=none;fillColor=none;align=right;verticalAlign=middle;rounded=0;spacingRight=6;spacingLeft=6;fontFamily=Verdana;fontSize=8;" value="&lt;font&gt;-&lt;/font&gt;" vertex="1">
          <mxGeometry height="20" width="40" x="110" y="2.5" as="geometry" />
        </mxCell>
        <mxCell id="Tit254uEpL4SJPk85VVh-12" edge="1" parent="1" source="Tit254uEpL4SJPk85VVh-8" style="edgeStyle=orthogonalEdgeStyle;rounded=0;orthogonalLoop=1;jettySize=auto;html=1;" target="Tit254uEpL4SJPk85VVh-11">
          <mxGeometry relative="1" as="geometry" />
        </mxCell>
        <mxCell id="Tit254uEpL4SJPk85VVh-8" parent="1" style="rounded=0;whiteSpace=wrap;html=1;" value="&lt;span style=&quot;font-family: Verdana; font-size: 8px; font-weight: 700; text-align: left;&quot;&gt;postgres &lt;br&gt;&lt;/span&gt;&lt;span style=&quot;font-family: Verdana; font-size: 8px; text-align: left;&quot;&gt;(homelab)&lt;/span&gt;" vertex="1">
          <mxGeometry height="40" width="100" x="50" y="500" as="geometry" />
        </mxCell>
        <mxCell id="Tit254uEpL4SJPk85VVh-10" parent="1" style="text;whiteSpace=wrap;fontFamily=Verdana;fontSize=7;align=center;" value="physical streaming replication" vertex="1">
          <mxGeometry height="20" width="150" x="150" y="500" as="geometry" />
        </mxCell>
        <mxCell id="Tit254uEpL4SJPk85VVh-11" parent="1" style="rounded=0;whiteSpace=wrap;html=1;" value="&lt;span style=&quot;font-family: Verdana; font-size: 8px; font-weight: 700; text-align: left;&quot;&gt;postgres-ha&lt;br&gt;&lt;/span&gt;&lt;span style=&quot;font-family: Verdana; font-size: 8px; text-align: left;&quot;&gt;(VPS Finansipedia)&lt;/span&gt;" vertex="1">
          <mxGeometry height="40" width="100" x="300" y="500" as="geometry" />
        </mxCell>
        <mxCell id="Tit254uEpL4SJPk85VVh-13" edge="1" parent="1" source="Tit254uEpL4SJPk85VVh-14" style="edgeStyle=orthogonalEdgeStyle;rounded=0;orthogonalLoop=1;jettySize=auto;html=1;" target="Tit254uEpL4SJPk85VVh-16">
          <mxGeometry relative="1" as="geometry" />
        </mxCell>
        <mxCell id="Tit254uEpL4SJPk85VVh-14" parent="1" style="rounded=0;whiteSpace=wrap;html=1;" value="&lt;span style=&quot;font-family: Verdana; font-size: 8px; font-weight: 700; text-align: left;&quot;&gt;caddy&lt;br&gt;&lt;/span&gt;&lt;span style=&quot;font-family: Verdana; font-size: 8px; text-align: left;&quot;&gt;(VPS Finansipedia)&lt;/span&gt;" vertex="1">
          <mxGeometry height="40" width="100" x="50" y="570" as="geometry" />
        </mxCell>
        <mxCell id="Tit254uEpL4SJPk85VVh-15" parent="1" style="text;whiteSpace=wrap;fontFamily=Verdana;fontSize=7;align=center;" value="failover" vertex="1">
          <mxGeometry height="20" width="140" x="150" y="570" as="geometry" />
        </mxCell>
        <mxCell id="Tit254uEpL4SJPk85VVh-16" parent="1" style="rounded=0;whiteSpace=wrap;html=1;" value="&lt;span style=&quot;font-family: Verdana; font-size: 8px; text-align: left;&quot;&gt;&lt;b&gt;index-alpha-fe&lt;/b&gt;&lt;/span&gt;&lt;div&gt;&lt;span style=&quot;font-family: Verdana; font-size: 8px; text-align: left;&quot;&gt;(Homelab)&lt;/span&gt;&lt;/div&gt;" vertex="1">
          <mxGeometry height="40" width="100" x="300" y="570" as="geometry" />
        </mxCell>
        <mxCell id="Tit254uEpL4SJPk85VVh-17" parent="1" style="rounded=0;whiteSpace=wrap;html=1;" value="&lt;span style=&quot;font-family: Verdana; font-size: 8px; text-align: left;&quot;&gt;&lt;b&gt;index-alpha-fe&lt;/b&gt;&lt;/span&gt;&lt;div&gt;&lt;span style=&quot;font-family: Verdana; font-size: 8px; text-align: left;&quot;&gt;(VPS Finansipedia)&lt;/span&gt;&lt;/div&gt;" vertex="1">
          <mxGeometry height="40" width="100" x="300" y="620" as="geometry" />
        </mxCell>
        <mxCell id="Tit254uEpL4SJPk85VVh-19" edge="1" parent="1" source="Tit254uEpL4SJPk85VVh-14" style="edgeStyle=orthogonalEdgeStyle;rounded=0;orthogonalLoop=1;jettySize=auto;html=1;exitX=1;exitY=0.5;exitDx=0;exitDy=0;entryX=0;entryY=0.5;entryDx=0;entryDy=0;" target="Tit254uEpL4SJPk85VVh-17">
          <mxGeometry relative="1" as="geometry">
            <Array as="points">
              <mxPoint x="225" y="590" />
              <mxPoint x="225" y="640" />
            </Array>
            <mxPoint x="290" y="600" as="sourcePoint" />
            <mxPoint x="440" y="600" as="targetPoint" />
          </mxGeometry>
        </mxCell>
+         <mxCell id="Tit254uEpL4SJPk85VVh-49" edge="1" parent="1" source="Tit254uEpL4SJPk85VVh-20" style="edgeStyle=orthogonalEdgeStyle;rounded=0;orthogonalLoop=1;jettySize=auto;html=1;entryX=0;entryY=0.5;entryDx=0;entryDy=0;" target="Tit254uEpL4SJPk85VVh-35">
+           <mxGeometry relative="1" as="geometry">
+             <Array as="points">
+               <mxPoint x="250" y="1005" />
+               <mxPoint x="250" y="1058" />
+             </Array>
+           </mxGeometry>
+         </mxCell>
        <mxCell id="Tit254uEpL4SJPk85VVh-20" parent="1" style="rounded=0;whiteSpace=wrap;html=1;" value="" vertex="1">
          <mxGeometry height="250" width="180" x="50" y="880" as="geometry" />
        </mxCell>
        <mxCell id="Tit254uEpL4SJPk85VVh-21" parent="1" style="text;html=1;whiteSpace=wrap;strokeColor=none;fillColor=none;align=center;verticalAlign=middle;rounded=0;fontFamily=Verdana;fontSize=8;fontStyle=1" value="&lt;font style=&quot;font-size: 9px;&quot;&gt;postgres (Homelab)&lt;/font&gt;" vertex="1">
          <mxGeometry height="20" width="180" x="50" y="880" as="geometry" />
        </mxCell>
        <mxCell id="Tit254uEpL4SJPk85VVh-22" edge="1" parent="1" source="Tit254uEpL4SJPk85VVh-21" style="endArrow=none;html=1;rounded=0;exitX=0;exitY=1;exitDx=0;exitDy=0;entryX=1;entryY=1;entryDx=0;entryDy=0;" target="Tit254uEpL4SJPk85VVh-21" value="">
          <mxGeometry height="50" relative="1" width="50" as="geometry">
            <mxPoint x="270" y="940" as="sourcePoint" />
            <mxPoint x="320" y="890" as="targetPoint" />
          </mxGeometry>
        </mxCell>
        <mxCell id="Tit254uEpL4SJPk85VVh-24" parent="1" style="rounded=0;whiteSpace=wrap;html=1;" value="&lt;font face=&quot;Verdana&quot; style=&quot;font-size: 8px;&quot;&gt;&lt;b style=&quot;&quot;&gt;index_alpha_db&lt;/b&gt;&lt;/font&gt;" vertex="1">
          <mxGeometry height="20" width="120" x="80" y="910" as="geometry" />
        </mxCell>
        <mxCell id="Tit254uEpL4SJPk85VVh-25" parent="1" style="rounded=0;whiteSpace=wrap;html=1;" value="&lt;font style=&quot;font-size: 8px; color: rgb(77, 77, 77);&quot; face=&quot;Verdana&quot;&gt;old stale data&lt;/font&gt;" vertex="1">
          <mxGeometry height="20" width="120" x="80" y="930" as="geometry" />
        </mxCell>
        <mxCell id="Tit254uEpL4SJPk85VVh-28" parent="1" style="rounded=0;whiteSpace=wrap;html=1;" value="" vertex="1">
-           <mxGeometry height="90" width="180" x="250" y="880" as="geometry" />
+           <mxGeometry height="90" width="180" x="270" y="880" as="geometry" />
        </mxCell>
        <mxCell id="Tit254uEpL4SJPk85VVh-29" parent="1" style="text;html=1;whiteSpace=wrap;strokeColor=none;fillColor=none;align=center;verticalAlign=middle;rounded=0;fontFamily=Verdana;fontSize=8;fontStyle=1" value="&lt;font style=&quot;font-size: 9px;&quot;&gt;postgres (VPS Finansipedia)&lt;/font&gt;" vertex="1">
-           <mxGeometry height="20" width="180" x="250" y="880" as="geometry" />
+           <mxGeometry height="20" width="180" x="270" y="880" as="geometry" />
        </mxCell>
        <mxCell id="Tit254uEpL4SJPk85VVh-30" edge="1" parent="1" source="Tit254uEpL4SJPk85VVh-29" style="endArrow=none;html=1;rounded=0;exitX=0;exitY=1;exitDx=0;exitDy=0;entryX=1;entryY=1;entryDx=0;entryDy=0;" target="Tit254uEpL4SJPk85VVh-29" value="">
          <mxGeometry height="50" relative="1" width="50" as="geometry">
-             <mxPoint x="470" y="940" as="sourcePoint" />
-             <mxPoint x="520" y="890" as="targetPoint" />
+             <mxPoint x="490" y="940" as="sourcePoint" />
+             <mxPoint x="540" y="890" as="targetPoint" />
          </mxGeometry>
        </mxCell>
        <mxCell id="Tit254uEpL4SJPk85VVh-31" parent="1" style="rounded=0;whiteSpace=wrap;html=1;" value="&lt;font face=&quot;Verdana&quot; style=&quot;font-size: 8px;&quot;&gt;&lt;b style=&quot;&quot;&gt;index_alpha_db&lt;/b&gt;&lt;/font&gt;" vertex="1">
-           <mxGeometry height="20" width="120" x="280" y="910" as="geometry" />
+           <mxGeometry height="20" width="120" x="300" y="910" as="geometry" />
        </mxCell>
        <mxCell id="Tit254uEpL4SJPk85VVh-32" parent="1" style="rounded=0;whiteSpace=wrap;html=1;" value="&lt;font style=&quot;font-size: 8px; color: rgb(77, 77, 77);&quot; face=&quot;Verdana&quot;&gt;production data&lt;/font&gt;" vertex="1">
-           <mxGeometry height="20" width="120" x="280" y="930" as="geometry" />
+           <mxGeometry height="20" width="120" x="300" y="930" as="geometry" />
        </mxCell>
        <mxCell id="Tit254uEpL4SJPk85VVh-35" parent="1" style="rounded=0;whiteSpace=wrap;html=1;" value="" vertex="1">
-           <mxGeometry height="145" width="180" x="250" y="985" as="geometry" />
+           <mxGeometry height="145" width="180" x="270" y="985" as="geometry" />
        </mxCell>
        <mxCell id="Tit254uEpL4SJPk85VVh-36" parent="1" style="text;html=1;whiteSpace=wrap;strokeColor=none;fillColor=none;align=center;verticalAlign=middle;rounded=0;fontFamily=Verdana;fontSize=8;fontStyle=1" value="&lt;font style=&quot;font-size: 9px;&quot;&gt;postgres-ha (VPS Finansipedia)&lt;/font&gt;" vertex="1">
-           <mxGeometry height="20" width="180" x="250" y="985" as="geometry" />
+           <mxGeometry height="20" width="180" x="270" y="985" as="geometry" />
        </mxCell>
        <mxCell id="Tit254uEpL4SJPk85VVh-37" edge="1" parent="1" source="Tit254uEpL4SJPk85VVh-36" style="endArrow=none;html=1;rounded=0;exitX=0;exitY=1;exitDx=0;exitDy=0;entryX=1;entryY=1;entryDx=0;entryDy=0;" target="Tit254uEpL4SJPk85VVh-36" value="">
          <mxGeometry height="50" relative="1" width="50" as="geometry">
-             <mxPoint x="470" y="1045" as="sourcePoint" />
-             <mxPoint x="520" y="995" as="targetPoint" />
+             <mxPoint x="490" y="1045" as="sourcePoint" />
+             <mxPoint x="540" y="995" as="targetPoint" />
          </mxGeometry>
        </mxCell>
        <mxCell id="Tit254uEpL4SJPk85VVh-40" parent="1" style="rounded=0;whiteSpace=wrap;html=1;" value="&lt;font face=&quot;Verdana&quot; style=&quot;font-size: 8px;&quot;&gt;&lt;b style=&quot;&quot;&gt;index_alpha_db&lt;/b&gt;&lt;/font&gt;" vertex="1">
-           <mxGeometry height="20" width="120" x="280" y="1020" as="geometry" />
+           <mxGeometry height="20" width="120" x="300" y="1020" as="geometry" />
        </mxCell>
        <mxCell id="Tit254uEpL4SJPk85VVh-41" parent="1" style="rounded=0;whiteSpace=wrap;html=1;" value="&lt;font style=&quot;font-size: 8px; color: rgb(77, 77, 77);&quot; face=&quot;Verdana&quot;&gt;replicated data&lt;/font&gt;" vertex="1">
-           <mxGeometry height="20" width="120" x="280" y="1040" as="geometry" />
+           <mxGeometry height="20" width="120" x="300" y="1040" as="geometry" />
        </mxCell>
        <mxCell id="Tit254uEpL4SJPk85VVh-44" parent="1" style="rounded=0;whiteSpace=wrap;html=1;" value="&lt;font face=&quot;Verdana&quot; style=&quot;font-size: 8px;&quot;&gt;&lt;b style=&quot;&quot;&gt;stocks_db&lt;/b&gt;&lt;/font&gt;" vertex="1">
-           <mxGeometry height="20" width="120" x="280" y="1070" as="geometry" />
+           <mxGeometry height="20" width="120" x="300" y="1070" as="geometry" />
        </mxCell>
        <mxCell id="Tit254uEpL4SJPk85VVh-45" parent="1" style="rounded=0;whiteSpace=wrap;html=1;" value="&lt;font style=&quot;font-size: 8px; color: rgb(77, 77, 77);&quot; face=&quot;Verdana&quot;&gt;replicated data&lt;/font&gt;" vertex="1">
-           <mxGeometry height="20" width="120" x="280" y="1090" as="geometry" />
+           <mxGeometry height="20" width="120" x="300" y="1090" as="geometry" />
        </mxCell>
        <mxCell id="Tit254uEpL4SJPk85VVh-46" parent="1" style="rounded=0;whiteSpace=wrap;html=1;" value="&lt;font face=&quot;Verdana&quot; style=&quot;font-size: 8px;&quot;&gt;&lt;b style=&quot;&quot;&gt;index_alpha_db&lt;/b&gt;&lt;/font&gt;" vertex="1">
          <mxGeometry height="20" width="120" x="80" y="965" as="geometry" />
        </mxCell>
        <mxCell id="Tit254uEpL4SJPk85VVh-47" parent="1" style="rounded=0;whiteSpace=wrap;html=1;" value="&lt;font style=&quot;font-size: 8px; color: rgb(77, 77, 77);&quot; face=&quot;Verdana&quot;&gt;production data&lt;/font&gt;" vertex="1">
          <mxGeometry height="20" width="120" x="80" y="985" as="geometry" />
        </mxCell>
      </root>
    </mxGraphModel>
  </diagram>
</mxfile>
